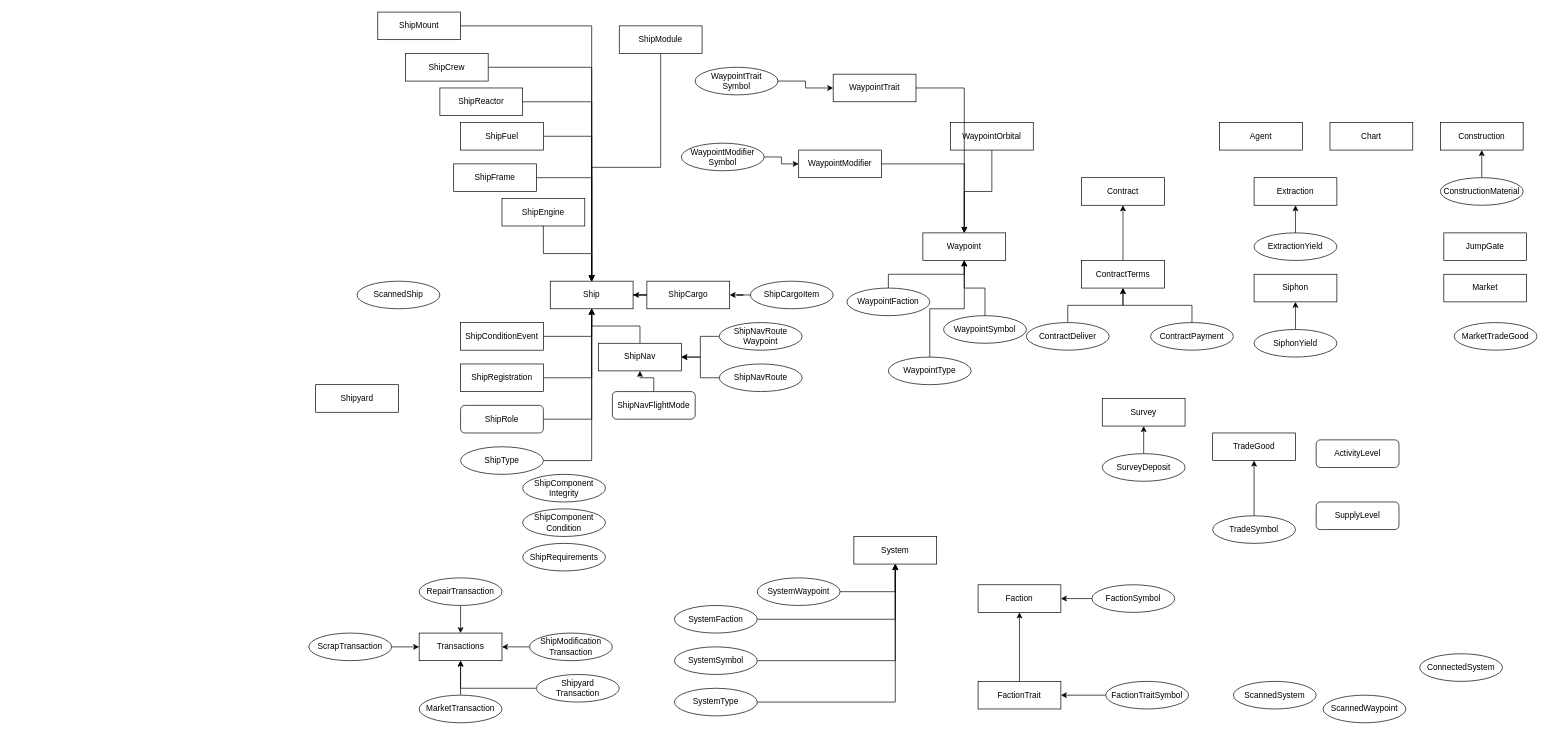
Before: spacetraders-schemas.drawio in zgrow/misc_bucket, a draw.io diagram. Source tidied: cells renumbered, new cells numbered last; positions are measured from the earlier drawing's top-left corner, leaving out a move shared by most shapes. Both pictures are drawn from the tidied source at 69%, with x=0, y=0 at pixel (308, 12).
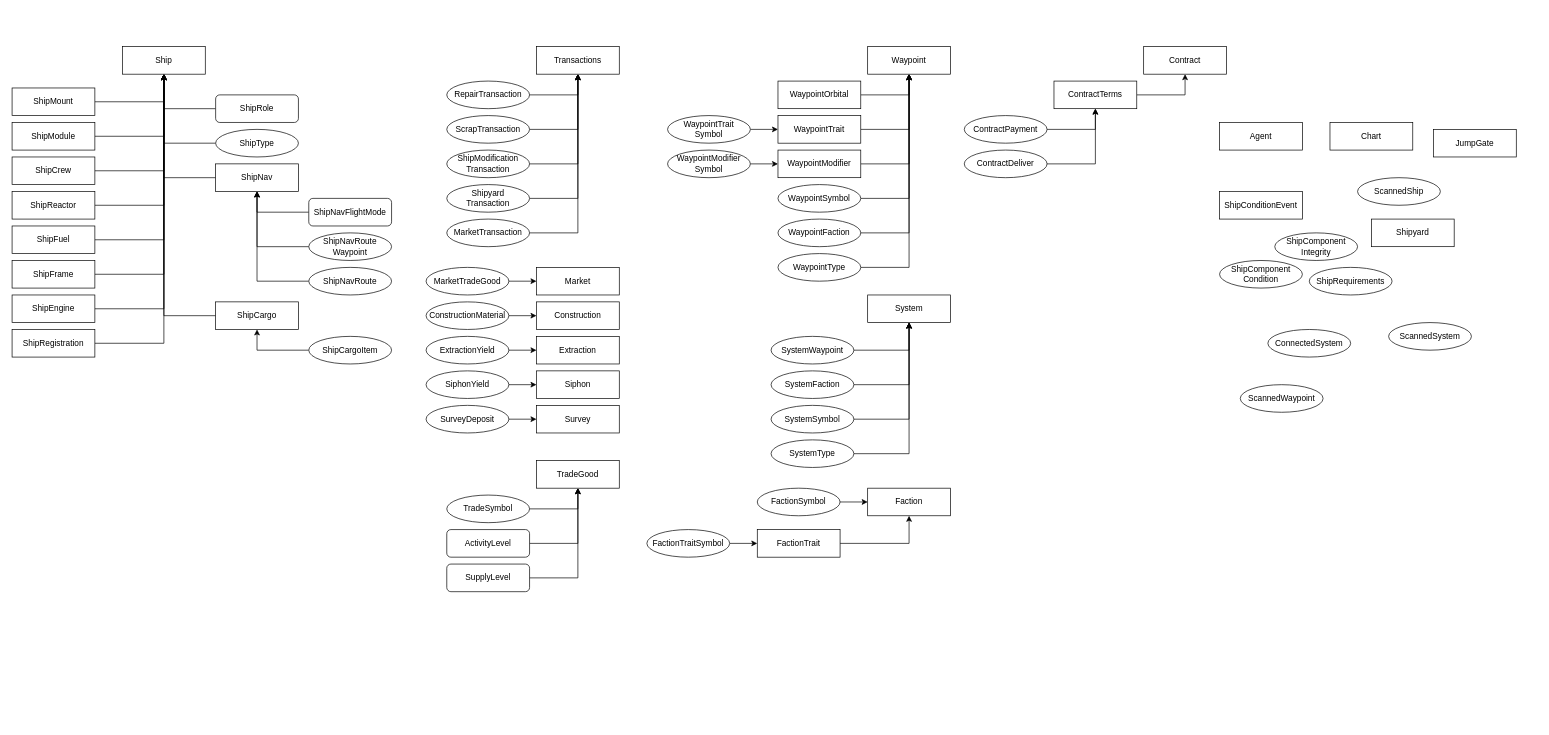
The same page after the edit.

Change to the diagram source:
```diff
@@
+    <mxCell id="118" style="edgeStyle=orthogonalEdgeStyle;rounded=0;jettySize=auto;html=1;" parent="1" edge="1" source="2" target="98">
+      <mxGeometry relative="1" as="geometry" />
+    </mxCell>
     <mxCell id="2" value="ActivityLevel" style="rounded=1;whiteSpace=wrap;html=1;" parent="1" vertex="1">
-      <mxGeometry x="1460" y="620" width="120" height="40" as="geometry" />
+      <mxGeometry x="200" y="750" width="120" height="40" as="geometry" />
     </mxCell>
@@
     <mxCell id="5" value="ConnectedSystem" style="ellipse;whiteSpace=wrap;html=1;" parent="1" vertex="1">
-      <mxGeometry x="1610" y="930" width="120" height="40" as="geometry" />
+      <mxGeometry x="1390" y="460" width="120" height="40" as="geometry" />
     </mxCell>
     <mxCell id="6" value="Construction" style="rounded=0;whiteSpace=wrap;html=1;" parent="1" vertex="1">
-      <mxGeometry x="1640" y="160" width="120" height="40" as="geometry" />
+      <mxGeometry x="330" y="420" width="120" height="40" as="geometry" />
     </mxCell>
@@
     <mxCell id="8" value="ConstructionMaterial" style="ellipse;whiteSpace=wrap;html=1;" parent="1" vertex="1">
-      <mxGeometry x="1640" y="240" width="120" height="40" as="geometry" />
+      <mxGeometry x="170" y="420" width="120" height="40" as="geometry" />
     </mxCell>
     <mxCell id="9" value="Contract" style="rounded=0;whiteSpace=wrap;html=1;" parent="1" vertex="1">
-      <mxGeometry x="1120" y="240" width="120" height="40" as="geometry" />
+      <mxGeometry x="1210" y="50" width="120" height="40" as="geometry" />
     </mxCell>
@@
     <mxCell id="11" value="ContractTerms" style="rounded=0;whiteSpace=wrap;html=1;" parent="1" vertex="1">
-      <mxGeometry x="1120" y="360" width="120" height="40" as="geometry" />
+      <mxGeometry x="1080" y="100" width="120" height="40" as="geometry" />
     </mxCell>
@@
     <mxCell id="13" value="ContractDeliver" style="ellipse;whiteSpace=wrap;html=1;" parent="1" vertex="1">
-      <mxGeometry x="1040" y="450" width="120" height="40" as="geometry" />
+      <mxGeometry x="950" y="200" width="120" height="40" as="geometry" />
     </mxCell>
@@
     <mxCell id="15" value="ContractPayment" style="ellipse;whiteSpace=wrap;html=1;" parent="1" vertex="1">
-      <mxGeometry x="1220" y="450" width="120" height="40" as="geometry" />
+      <mxGeometry x="950" y="150" width="120" height="40" as="geometry" />
     </mxCell>
     <mxCell id="16" value="Extraction" style="rounded=0;whiteSpace=wrap;html=1;" parent="1" vertex="1">
-      <mxGeometry x="1370" y="240" width="120" height="40" as="geometry" />
+      <mxGeometry x="330" y="470" width="120" height="40" as="geometry" />
     </mxCell>
@@
     <mxCell id="18" value="ExtractionYield" style="ellipse;whiteSpace=wrap;html=1;" parent="1" vertex="1">
-      <mxGeometry x="1370" y="320" width="120" height="40" as="geometry" />
+      <mxGeometry x="170" y="470" width="120" height="40" as="geometry" />
     </mxCell>
     <mxCell id="19" value="Faction" style="rounded=0;whiteSpace=wrap;html=1;" parent="1" vertex="1">
-      <mxGeometry x="970" y="830" width="120" height="40" as="geometry" />
+      <mxGeometry x="810" y="690" width="120" height="40" as="geometry" />
     </mxCell>
@@
     <mxCell id="21" value="FactionSymbol" style="ellipse;whiteSpace=wrap;html=1;" parent="1" vertex="1">
-      <mxGeometry x="1135" y="830" width="120" height="40" as="geometry" />
+      <mxGeometry x="650" y="690" width="120" height="40" as="geometry" />
     </mxCell>
@@
     <mxCell id="23" value="FactionTrait" style="rounded=0;whiteSpace=wrap;html=1;" parent="1" vertex="1">
-      <mxGeometry x="970" y="970" width="120" height="40" as="geometry" />
+      <mxGeometry x="650" y="750" width="120" height="40" as="geometry" />
     </mxCell>
@@
     <mxCell id="25" value="FactionTraitSymbol" style="ellipse;whiteSpace=wrap;html=1;" parent="1" vertex="1">
-      <mxGeometry x="1155" y="970" width="120" height="40" as="geometry" />
+      <mxGeometry x="490" y="750" width="120" height="40" as="geometry" />
     </mxCell>
     <mxCell id="26" value="JumpGate" style="rounded=0;whiteSpace=wrap;html=1;" parent="1" vertex="1">
-      <mxGeometry x="1645" y="320" width="120" height="40" as="geometry" />
+      <mxGeometry x="1630" y="170" width="120" height="40" as="geometry" />
     </mxCell>
     <mxCell id="27" value="Market" style="rounded=0;whiteSpace=wrap;html=1;" parent="1" vertex="1">
-      <mxGeometry x="1645" y="380" width="120" height="40" as="geometry" />
+      <mxGeometry x="330" y="370" width="120" height="40" as="geometry" />
     </mxCell>
+    <mxCell id="119" style="edgeStyle=orthogonalEdgeStyle;rounded=0;jettySize=auto;html=1;" parent="1" edge="1" source="28" target="27">
+      <mxGeometry relative="1" as="geometry" />
+    </mxCell>
     <mxCell id="28" value="MarketTradeGood" style="ellipse;whiteSpace=wrap;html=1;" parent="1" vertex="1">
-      <mxGeometry x="1660" y="450" width="120" height="40" as="geometry" />
+      <mxGeometry x="170" y="370" width="120" height="40" as="geometry" />
     </mxCell>
@@
     <mxCell id="30" value="MarketTransaction" style="ellipse;whiteSpace=wrap;html=1;" parent="1" vertex="1">
-      <mxGeometry x="160" y="990" width="120" height="40" as="geometry" />
+      <mxGeometry x="200" y="300" width="120" height="40" as="geometry" />
     </mxCell>
     <mxCell id="31" value="Transactions" style="rounded=0;whiteSpace=wrap;html=1;" parent="1" vertex="1">
-      <mxGeometry x="160" y="900" width="120" height="40" as="geometry" />
+      <mxGeometry x="330" y="50" width="120" height="40" as="geometry" />
     </mxCell>
@@
     <mxCell id="33" value="RepairTransaction" style="ellipse;whiteSpace=wrap;html=1;" parent="1" vertex="1">
-      <mxGeometry x="160" y="820" width="120" height="40" as="geometry" />
+      <mxGeometry x="200" y="100" width="120" height="40" as="geometry" />
     </mxCell>
     <mxCell id="34" value="ScannedShip" style="ellipse;whiteSpace=wrap;html=1;" parent="1" vertex="1">
-      <mxGeometry x="70" y="390" width="120" height="40" as="geometry" />
+      <mxGeometry x="1520" y="240" width="120" height="40" as="geometry" />
     </mxCell>
     <mxCell id="35" value="ScannedSystem" style="ellipse;whiteSpace=wrap;html=1;" parent="1" vertex="1">
-      <mxGeometry x="1340" y="970" width="120" height="40" as="geometry" />
+      <mxGeometry x="1565" y="450" width="120" height="40" as="geometry" />
     </mxCell>
     <mxCell id="36" value="ScannedWaypoint" style="ellipse;whiteSpace=wrap;html=1;" parent="1" vertex="1">
-      <mxGeometry x="1470" y="990" width="120" height="40" as="geometry" />
+      <mxGeometry x="1350" y="540" width="120" height="40" as="geometry" />
     </mxCell>
@@
     <mxCell id="38" value="ScrapTransaction" style="ellipse;whiteSpace=wrap;html=1;" parent="1" vertex="1">
-      <mxGeometry y="900" width="120" height="40" as="geometry" />
+      <mxGeometry x="200" y="150" width="120" height="40" as="geometry" />
     </mxCell>
     <mxCell id="39" value="Ship" style="rounded=0;whiteSpace=wrap;html=1;" parent="1" vertex="1">
-      <mxGeometry x="350" y="390" width="120" height="40" as="geometry" />
+      <mxGeometry x="-270" y="50" width="120" height="40" as="geometry" />
     </mxCell>
@@
     <mxCell id="41" value="ShipCargo" style="rounded=0;whiteSpace=wrap;html=1;" parent="1" vertex="1">
-      <mxGeometry x="490" y="390" width="120" height="40" as="geometry" />
+      <mxGeometry x="-135" y="420" width="120" height="40" as="geometry" />
     </mxCell>
@@
     <mxCell id="43" value="ShipCargoItem" style="ellipse;whiteSpace=wrap;html=1;" parent="1" vertex="1">
-      <mxGeometry x="640" y="390" width="120" height="40" as="geometry" />
+      <mxGeometry y="470" width="120" height="40" as="geometry" />
     </mxCell>
     <mxCell id="44" value="&lt;div&gt;ShipComponent&lt;/div&gt;&lt;div&gt;Condition&lt;br&gt;&lt;/div&gt;" style="ellipse;whiteSpace=wrap;html=1;" parent="1" vertex="1">
-      <mxGeometry x="310" y="720" width="120" height="40" as="geometry" />
+      <mxGeometry x="1320" y="360" width="120" height="40" as="geometry" />
     </mxCell>
     <mxCell id="45" value="&lt;div&gt;ShipComponent&lt;/div&gt;&lt;div&gt;Integrity&lt;br&gt;&lt;/div&gt;" style="ellipse;whiteSpace=wrap;html=1;" parent="1" vertex="1">
-      <mxGeometry x="310" y="670" width="120" height="40" as="geometry" />
+      <mxGeometry x="1400" y="320" width="120" height="40" as="geometry" />
     </mxCell>
-    <mxCell id="46" style="edgeStyle=orthogonalEdgeStyle;rounded=0;jettySize=auto;html=1;" parent="1" edge="1" source="47" target="39">
-      <mxGeometry relative="1" as="geometry" />
-    </mxCell>
     <mxCell id="47" value="ShipConditionEvent" style="rounded=0;whiteSpace=wrap;html=1;" parent="1" vertex="1">
-      <mxGeometry x="220" y="450" width="120" height="40" as="geometry" />
+      <mxGeometry x="1320" y="260" width="120" height="40" as="geometry" />
     </mxCell>
@@
     <mxCell id="49" value="ShipCrew" style="rounded=0;whiteSpace=wrap;html=1;" parent="1" vertex="1">
-      <mxGeometry x="140" y="60" width="120" height="40" as="geometry" />
+      <mxGeometry x="-430" y="210" width="120" height="40" as="geometry" />
     </mxCell>
@@
     <mxCell id="51" value="ShipEngine" style="rounded=0;whiteSpace=wrap;html=1;" parent="1" vertex="1">
-      <mxGeometry x="280" y="270" width="120" height="40" as="geometry" />
+      <mxGeometry x="-430" y="410" width="120" height="40" as="geometry" />
     </mxCell>
@@
     <mxCell id="53" value="ShipFrame" style="rounded=0;whiteSpace=wrap;html=1;" parent="1" vertex="1">
-      <mxGeometry x="210" y="220" width="120" height="40" as="geometry" />
+      <mxGeometry x="-430" y="360" width="120" height="40" as="geometry" />
     </mxCell>
@@
     <mxCell id="55" value="ShipFuel" style="rounded=0;whiteSpace=wrap;html=1;" parent="1" vertex="1">
-      <mxGeometry x="220" y="160" width="120" height="40" as="geometry" />
+      <mxGeometry x="-430" y="310" width="120" height="40" as="geometry" />
     </mxCell>
@@
     <mxCell id="57" value="&lt;div&gt;ShipModification&lt;/div&gt;&lt;div&gt;Transaction&lt;br&gt;&lt;/div&gt;" style="ellipse;whiteSpace=wrap;html=1;" parent="1" vertex="1">
-      <mxGeometry x="320" y="900" width="120" height="40" as="geometry" />
+      <mxGeometry x="200" y="200" width="120" height="40" as="geometry" />
     </mxCell>
@@
     <mxCell id="59" value="ShipModule" style="rounded=0;whiteSpace=wrap;html=1;" parent="1" vertex="1">
-      <mxGeometry x="450" y="20" width="120" height="40" as="geometry" />
+      <mxGeometry x="-430" y="160" width="120" height="40" as="geometry" />
     </mxCell>
@@
     <mxCell id="61" value="ShipMount" style="rounded=0;whiteSpace=wrap;html=1;" parent="1" vertex="1">
-      <mxGeometry x="100" width="120" height="40" as="geometry" />
+      <mxGeometry x="-430" y="110" width="120" height="40" as="geometry" />
     </mxCell>
@@
     <mxCell id="63" value="ShipNav" style="rounded=0;whiteSpace=wrap;html=1;" parent="1" vertex="1">
-      <mxGeometry x="420" y="480" width="120" height="40" as="geometry" />
+      <mxGeometry x="-135" y="220" width="120" height="40" as="geometry" />
     </mxCell>
@@
     <mxCell id="65" value="ShipNavFlightMode" style="rounded=1;whiteSpace=wrap;html=1;" parent="1" vertex="1">
-      <mxGeometry x="440" y="550" width="120" height="40" as="geometry" />
+      <mxGeometry y="270" width="120" height="40" as="geometry" />
     </mxCell>
@@
     <mxCell id="67" value="ShipNavRoute" style="ellipse;whiteSpace=wrap;html=1;" parent="1" vertex="1">
-      <mxGeometry x="595" y="510" width="120" height="40" as="geometry" />
+      <mxGeometry y="370" width="120" height="40" as="geometry" />
     </mxCell>
@@
     <mxCell id="69" value="&lt;div&gt;ShipNavRoute&lt;/div&gt;&lt;div&gt;Waypoint&lt;br&gt;&lt;/div&gt;" style="ellipse;whiteSpace=wrap;html=1;" parent="1" vertex="1">
-      <mxGeometry x="595" y="450" width="120" height="40" as="geometry" />
+      <mxGeometry y="320" width="120" height="40" as="geometry" />
     </mxCell>
@@
     <mxCell id="71" value="ShipReactor" style="rounded=0;whiteSpace=wrap;html=1;" parent="1" vertex="1">
-      <mxGeometry x="190" y="110" width="120" height="40" as="geometry" />
+      <mxGeometry x="-430" y="260" width="120" height="40" as="geometry" />
     </mxCell>
@@
     <mxCell id="73" value="ShipRegistration" style="rounded=0;whiteSpace=wrap;html=1;" parent="1" vertex="1">
-      <mxGeometry x="220" y="510" width="120" height="40" as="geometry" />
+      <mxGeometry x="-430" y="460" width="120" height="40" as="geometry" />
     </mxCell>
     <mxCell id="74" value="ShipRequirements" style="ellipse;whiteSpace=wrap;html=1;" parent="1" vertex="1">
-      <mxGeometry x="310" y="770" width="120" height="40" as="geometry" />
+      <mxGeometry x="1450" y="370" width="120" height="40" as="geometry" />
     </mxCell>
@@
     <mxCell id="76" value="ShipRole" style="rounded=1;whiteSpace=wrap;html=1;" parent="1" vertex="1">
-      <mxGeometry x="220" y="570" width="120" height="40" as="geometry" />
+      <mxGeometry x="-135" y="120" width="120" height="40" as="geometry" />
     </mxCell>
@@
     <mxCell id="78" value="ShipType" style="ellipse;whiteSpace=wrap;html=1;" parent="1" vertex="1">
-      <mxGeometry x="220" y="630" width="120" height="40" as="geometry" />
+      <mxGeometry x="-135" y="170" width="120" height="40" as="geometry" />
     </mxCell>
     <mxCell id="79" value="Shipyard" style="rounded=0;whiteSpace=wrap;html=1;" parent="1" vertex="1">
-      <mxGeometry x="10" y="540" width="120" height="40" as="geometry" />
+      <mxGeometry x="1540" y="300" width="120" height="40" as="geometry" />
     </mxCell>
@@
     <mxCell id="81" value="&lt;div&gt;Shipyard&lt;/div&gt;&lt;div&gt;Transaction&lt;br&gt;&lt;/div&gt;" style="ellipse;whiteSpace=wrap;html=1;" parent="1" vertex="1">
-      <mxGeometry x="330" y="960" width="120" height="40" as="geometry" />
+      <mxGeometry x="200" y="250" width="120" height="40" as="geometry" />
     </mxCell>
@@
     <mxCell id="83" value="SiphonYield" style="ellipse;whiteSpace=wrap;html=1;" parent="1" vertex="1">
-      <mxGeometry x="1370" y="460" width="120" height="40" as="geometry" />
+      <mxGeometry x="170" y="520" width="120" height="40" as="geometry" />
     </mxCell>
     <mxCell id="84" value="Siphon" style="rounded=0;whiteSpace=wrap;html=1;" parent="1" vertex="1">
-      <mxGeometry x="1370" y="380" width="120" height="40" as="geometry" />
+      <mxGeometry x="330" y="520" width="120" height="40" as="geometry" />
     </mxCell>
+    <mxCell id="120" style="edgeStyle=orthogonalEdgeStyle;rounded=0;jettySize=auto;html=1;" parent="1" edge="1" source="85" target="98">
+      <mxGeometry relative="1" as="geometry" />
+    </mxCell>
     <mxCell id="85" value="SupplyLevel" style="rounded=1;whiteSpace=wrap;html=1;" parent="1" vertex="1">
-      <mxGeometry x="1460" y="710" width="120" height="40" as="geometry" />
+      <mxGeometry x="200" y="800" width="120" height="40" as="geometry" />
     </mxCell>
     <mxCell id="86" value="Survey" style="rounded=0;whiteSpace=wrap;html=1;" parent="1" vertex="1">
-      <mxGeometry x="1150" y="560" width="120" height="40" as="geometry" />
+      <mxGeometry x="330" y="570" width="120" height="40" as="geometry" />
     </mxCell>
@@
     <mxCell id="88" value="SurveyDeposit" style="ellipse;whiteSpace=wrap;html=1;" parent="1" vertex="1">
-      <mxGeometry x="1150" y="640" width="120" height="40" as="geometry" />
+      <mxGeometry x="170" y="570" width="120" height="40" as="geometry" />
     </mxCell>
     <mxCell id="89" value="System" style="rounded=0;whiteSpace=wrap;html=1;" parent="1" vertex="1">
-      <mxGeometry x="790" y="760" width="120" height="40" as="geometry" />
+      <mxGeometry x="810" y="410" width="120" height="40" as="geometry" />
     </mxCell>
@@
     <mxCell id="91" value="SystemFaction" style="ellipse;whiteSpace=wrap;html=1;" parent="1" vertex="1">
-      <mxGeometry x="530" y="860" width="120" height="40" as="geometry" />
+      <mxGeometry x="670" y="520" width="120" height="40" as="geometry" />
     </mxCell>
@@
     <mxCell id="93" value="SystemSymbol" style="ellipse;whiteSpace=wrap;html=1;" parent="1" vertex="1">
-      <mxGeometry x="530" y="920" width="120" height="40" as="geometry" />
+      <mxGeometry x="670" y="570" width="120" height="40" as="geometry" />
     </mxCell>
@@
     <mxCell id="95" value="SystemType" style="ellipse;whiteSpace=wrap;html=1;" parent="1" vertex="1">
-      <mxGeometry x="530" y="980" width="120" height="40" as="geometry" />
+      <mxGeometry x="670" y="620" width="120" height="40" as="geometry" />
     </mxCell>
@@
     <mxCell id="97" value="SystemWaypoint" style="ellipse;whiteSpace=wrap;html=1;" parent="1" vertex="1">
-      <mxGeometry x="650" y="820" width="120" height="40" as="geometry" />
+      <mxGeometry x="670" y="470" width="120" height="40" as="geometry" />
     </mxCell>
     <mxCell id="98" value="TradeGood" style="rounded=0;whiteSpace=wrap;html=1;" parent="1" vertex="1">
-      <mxGeometry x="1310" y="610" width="120" height="40" as="geometry" />
+      <mxGeometry x="330" y="650" width="120" height="40" as="geometry" />
     </mxCell>
@@
     <mxCell id="100" value="TradeSymbol" style="ellipse;whiteSpace=wrap;html=1;" parent="1" vertex="1">
-      <mxGeometry x="1310" y="730" width="120" height="40" as="geometry" />
+      <mxGeometry x="200" y="700" width="120" height="40" as="geometry" />
     </mxCell>
     <mxCell id="101" value="Waypoint" style="rounded=0;whiteSpace=wrap;html=1;" parent="1" vertex="1">
-      <mxGeometry x="890" y="320" width="120" height="40" as="geometry" />
+      <mxGeometry x="810" y="50" width="120" height="40" as="geometry" />
     </mxCell>
@@
     <mxCell id="103" value="WaypointFaction" style="ellipse;whiteSpace=wrap;html=1;" parent="1" vertex="1">
-      <mxGeometry x="780" y="400" width="120" height="40" as="geometry" />
+      <mxGeometry x="680" y="300" width="120" height="40" as="geometry" />
     </mxCell>
@@
     <mxCell id="105" value="WaypointModifier" style="rounded=0;whiteSpace=wrap;html=1;" parent="1" vertex="1">
-      <mxGeometry x="710" y="200" width="120" height="40" as="geometry" />
+      <mxGeometry x="680" y="200" width="120" height="40" as="geometry" />
     </mxCell>
@@
     <mxCell id="107" value="&lt;div&gt;WaypointModifier&lt;/div&gt;&lt;div&gt;Symbol&lt;br&gt;&lt;/div&gt;" style="ellipse;whiteSpace=wrap;html=1;direction=west;" parent="1" vertex="1">
-      <mxGeometry x="540" y="190" width="120" height="40" as="geometry" />
+      <mxGeometry x="520" y="200" width="120" height="40" as="geometry" />
     </mxCell>
@@
     <mxCell id="109" value="WaypointOrbital" style="rounded=0;whiteSpace=wrap;html=1;" parent="1" vertex="1">
-      <mxGeometry x="930" y="160" width="120" height="40" as="geometry" />
+      <mxGeometry x="680" y="100" width="120" height="40" as="geometry" />
     </mxCell>
@@
     <mxCell id="111" value="WaypointTrait" style="rounded=0;whiteSpace=wrap;html=1;" parent="1" vertex="1">
-      <mxGeometry x="760" y="90" width="120" height="40" as="geometry" />
+      <mxGeometry x="680" y="150" width="120" height="40" as="geometry" />
     </mxCell>
@@
     <mxCell id="113" value="&lt;div&gt;WaypointTrait&lt;/div&gt;&lt;div&gt;Symbol&lt;br&gt;&lt;/div&gt;" style="ellipse;whiteSpace=wrap;html=1;" parent="1" vertex="1">
-      <mxGeometry x="560" y="80" width="120" height="40" as="geometry" />
+      <mxGeometry x="520" y="150" width="120" height="40" as="geometry" />
     </mxCell>
@@
     <mxCell id="115" value="WaypointSymbol" style="ellipse;whiteSpace=wrap;html=1;" parent="1" vertex="1">
-      <mxGeometry x="920" y="440" width="120" height="40" as="geometry" />
+      <mxGeometry x="680" y="250" width="120" height="40" as="geometry" />
     </mxCell>
@@
     <mxCell id="117" value="WaypointType" style="ellipse;whiteSpace=wrap;html=1;" parent="1" vertex="1">
-      <mxGeometry x="840" y="500" width="120" height="40" as="geometry" />
+      <mxGeometry x="680" y="350" width="120" height="40" as="geometry" />
     </mxCell>
```
